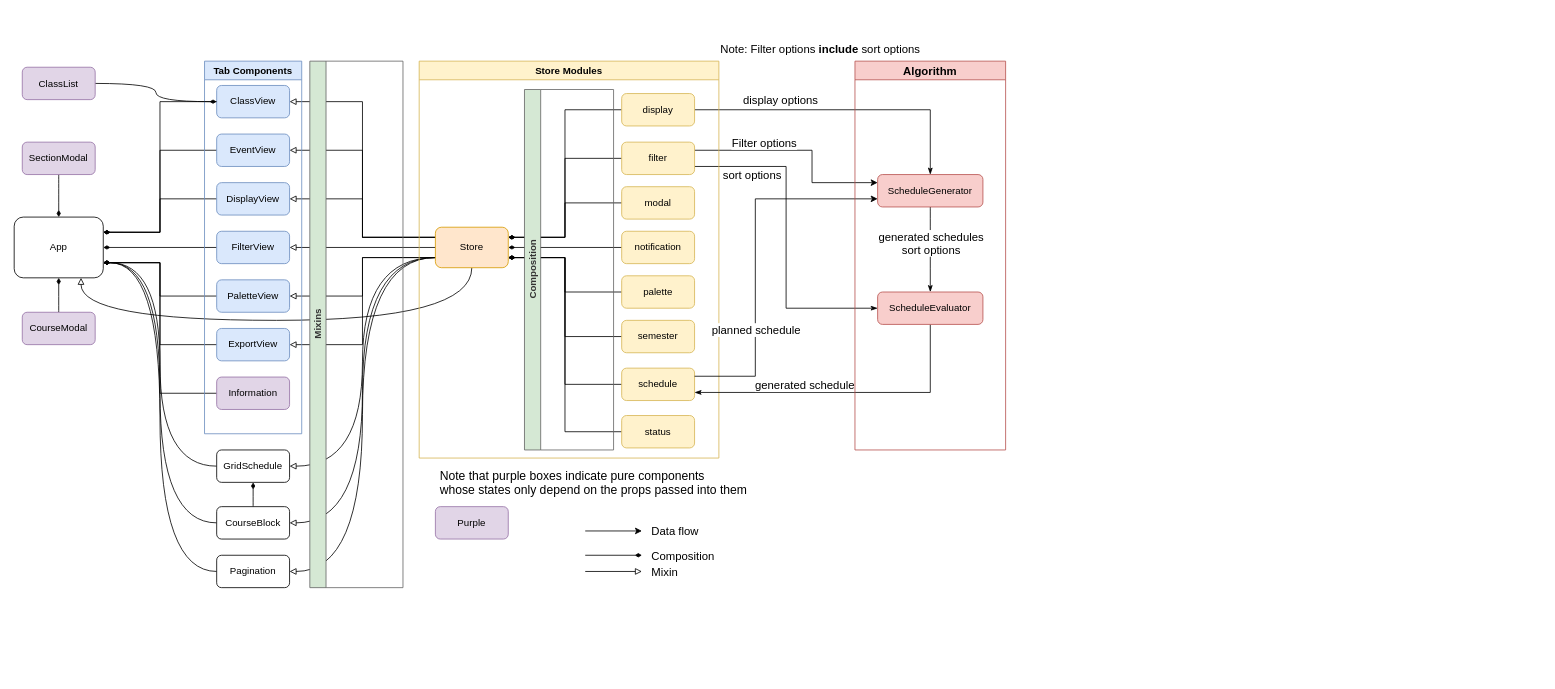
The draw.io diagram docs/Website Architecture.drawio in awesome-schedule/plannable, before the edit. Source tidied: cells renumbered, new cells numbered last; positions are measured from the earlier drawing's top-left corner, leaving out a move shared by most shapes. Both pictures are drawn from the tidied source at 81%, with x=0, y=0 at pixel (14, 40).
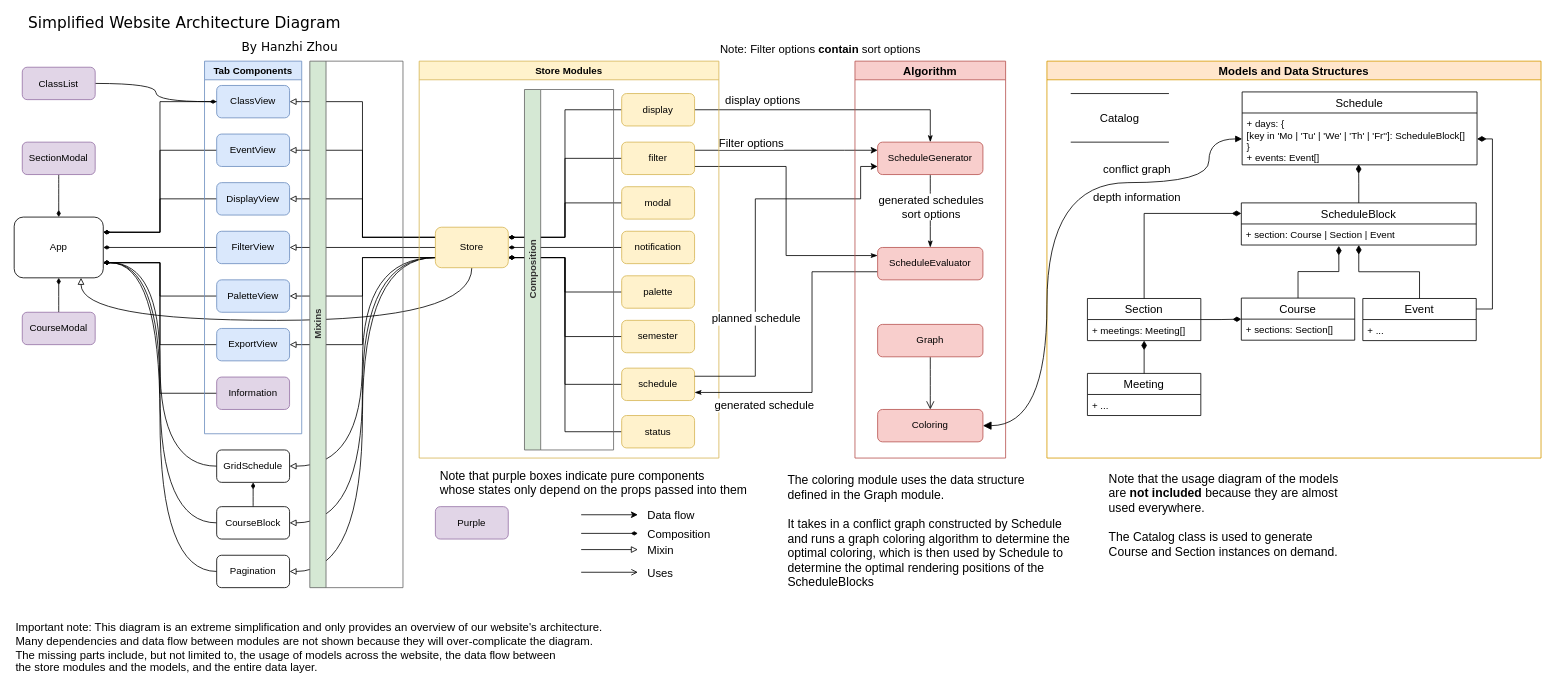
The same page after the edit.

Commit message:
finish architecture diagram

Unchanged cells that the change refers to:
```xml
<mxCell id="26" value="filter" style="rounded=1;whiteSpace=wrap;html=1;fillColor=#fff2cc;strokeColor=#d6b656;" parent="1" vertex="1">
  <mxGeometry x="750" y="125" width="90" height="40" as="geometry" />
</mxCell>
<mxCell id="51" value="schedule" style="rounded=1;whiteSpace=wrap;html=1;fillColor=#fff2cc;strokeColor=#d6b656;" parent="49" vertex="1">
  <mxGeometry x="250" y="379" width="90" height="40" as="geometry" />
</mxCell>
```

Diff of the diagram source:
```diff
@@
-    <mxCell id="20" value="Store" style="rounded=1;whiteSpace=wrap;html=1;fillColor=#ffe6cc;strokeColor=#d79b00;" parent="1" vertex="1">
+    <mxCell id="20" value="Store" style="rounded=1;whiteSpace=wrap;html=1;fillColor=#fff2cc;strokeColor=#d6b656;" parent="1" vertex="1">
       <mxGeometry x="520" y="230" width="90" height="50" as="geometry" />
     </mxCell>
@@
-    <mxCell id="22" style="edgeStyle=orthogonalEdgeStyle;rounded=0;jettySize=auto;html=1;exitX=1;exitY=0.75;exitDx=0;exitDy=0;entryX=0;entryY=0.5;entryDx=0;entryDy=0;startArrow=none;startFill=0;endArrow=classicThin;endFill=1;fontSize=14;" parent="1" edge="1" source="26" target="74">
+    <mxCell id="22" style="edgeStyle=orthogonalEdgeStyle;rounded=0;jettySize=auto;html=1;exitX=1;exitY=0.75;exitDx=0;exitDy=0;entryX=0;entryY=0.25;entryDx=0;entryDy=0;startArrow=none;startFill=0;endArrow=classicThin;endFill=1;fontSize=14;" parent="1" edge="1" source="26" target="74">
       <mxGeometry relative="1" as="geometry" />
     </mxCell>
@@
     <mxCell id="24" style="edgeStyle=orthogonalEdgeStyle;rounded=0;jettySize=auto;html=1;exitX=1;exitY=0.25;exitDx=0;exitDy=0;entryX=0;entryY=0.25;entryDx=0;entryDy=0;" parent="1" edge="1" source="26" target="71">
       <mxGeometry relative="1" as="geometry">
         <Array as="points">
-          <mxPoint x="985" y="135" />
-          <mxPoint x="985" y="175" />
+          <mxPoint x="1025" y="135" />
+          <mxPoint x="1025" y="135" />
         </Array>
       </mxGeometry>
     </mxCell>
@@
     <mxCell id="71" value="ScheduleGenerator" style="rounded=1;whiteSpace=wrap;html=1;fillColor=#f8cecc;strokeColor=#b85450;" parent="1" vertex="1">
-      <mxGeometry x="1066" y="165" width="130" height="40" as="geometry" />
+      <mxGeometry x="1066" y="125" width="130" height="40" as="geometry" />
     </mxCell>
-    <mxCell id="72" style="edgeStyle=orthogonalEdgeStyle;rounded=0;jettySize=auto;html=1;exitX=0.5;exitY=1;exitDx=0;exitDy=0;entryX=1;entryY=0.75;entryDx=0;entryDy=0;startArrow=none;startFill=0;endArrow=classicThin;endFill=1;fontSize=14;" parent="1" edge="1" source="74" target="51">
-      <mxGeometry relative="1" as="geometry" />
+    <mxCell id="72" style="edgeStyle=orthogonalEdgeStyle;rounded=0;jettySize=auto;html=1;exitX=0;exitY=0.75;exitDx=0;exitDy=0;entryX=1;entryY=0.75;entryDx=0;entryDy=0;startArrow=none;startFill=0;endArrow=classicThin;endFill=1;fontSize=14;" parent="1" edge="1" source="74" target="51">
+      <mxGeometry relative="1" as="geometry">
+        <Array as="points">
+          <mxPoint x="985" y="285" />
+          <mxPoint x="985" y="434" />
+        </Array>
+      </mxGeometry>
     </mxCell>
     <mxCell id="73" value="generated schedule" style="text;html=1;align=center;verticalAlign=middle;labelBackgroundColor=#ffffff;fontSize=14;direction=south;" parent="72" vertex="1">
       <mxGeometry x="-0.09" y="-69" relative="1" as="geometry">
-        <mxPoint x="-69" y="59" as="offset" />
+        <mxPoint x="9" y="74.5" as="offset" />
       </mxGeometry>
     </mxCell>
-    <mxCell id="74" value="ScheduleEvaluator" style="rounded=1;whiteSpace=wrap;html=1;fillColor=#f8cecc;strokeColor=#b85450;" parent="1" vertex="1">
-      <mxGeometry x="1066" y="310" width="130" height="40" as="geometry" />
-    </mxCell>
-    <mxCell id="75" value="Note: Filter options &lt;b&gt;include&lt;/b&gt; sort options" style="text;html=1;align=center;verticalAlign=middle;fillColor=none;strokeColor=none;rounded=0;shadow=0;glass=0;fontSize=14;" parent="1" vertex="1">
+    <mxCell id="75" value="Note: Filter options &lt;b&gt;contain&lt;/b&gt; sort options" style="text;html=1;align=center;verticalAlign=middle;fillColor=none;strokeColor=none;rounded=0;shadow=0;glass=0;fontSize=14;" parent="1" vertex="1">
       <mxGeometry x="865" width="260" height="20" as="geometry" />
     </mxCell>
     <mxCell id="76" style="edgeStyle=orthogonalEdgeStyle;rounded=0;jettySize=auto;html=1;exitX=1;exitY=0.25;exitDx=0;exitDy=0;entryX=0;entryY=0.75;entryDx=0;entryDy=0;" parent="1" edge="1" source="51" target="71">
       <mxGeometry relative="1" as="geometry">
         <Array as="points">
           <mxPoint x="915" y="414" />
           <mxPoint x="915" y="195" />
+          <mxPoint x="1045" y="195" />
+          <mxPoint x="1045" y="155" />
         </Array>
       </mxGeometry>
     </mxCell>
@@
     <mxCell id="78" style="edgeStyle=orthogonalEdgeStyle;rounded=0;orthogonalLoop=1;jettySize=auto;html=1;fontSize=14;" parent="1" edge="1">
       <mxGeometry relative="1" as="geometry">
-        <mxPoint x="705" y="605" as="sourcePoint" />
-        <mxPoint x="775" y="605" as="targetPoint" />
+        <mxPoint x="700" y="585" as="sourcePoint" />
+        <mxPoint x="770" y="585" as="targetPoint" />
       </mxGeometry>
     </mxCell>
     <mxCell id="79" value="Data flow" style="text;html=1;align=left;verticalAlign=top;spacingTop=-4;fontSize=14;" parent="1" vertex="1">
-      <mxGeometry x="785" y="595" width="70" height="20" as="geometry" />
+      <mxGeometry x="780" y="575" width="70" height="20" as="geometry" />
     </mxCell>
     <mxCell id="80" style="edgeStyle=orthogonalEdgeStyle;rounded=0;orthogonalLoop=1;jettySize=auto;html=1;fontSize=14;endArrow=diamondThin;endFill=1;" parent="1" edge="1">
       <mxGeometry relative="1" as="geometry">
-        <mxPoint x="705" y="635" as="sourcePoint" />
-        <mxPoint x="775" y="635" as="targetPoint" />
+        <mxPoint x="700" y="608" as="sourcePoint" />
+        <mxPoint x="770" y="608" as="targetPoint" />
       </mxGeometry>
     </mxCell>
     <mxCell id="81" value="Composition" style="text;html=1;align=left;verticalAlign=top;spacingTop=-4;fontSize=14;" parent="1" vertex="1">
-      <mxGeometry x="785" y="625" width="90" height="20" as="geometry" />
+      <mxGeometry x="780" y="598" width="90" height="20" as="geometry" />
     </mxCell>
     <mxCell id="82" style="edgeStyle=orthogonalEdgeStyle;rounded=0;orthogonalLoop=1;jettySize=auto;html=1;fontSize=14;endArrow=block;endFill=0;" parent="1" edge="1">
       <mxGeometry relative="1" as="geometry">
-        <mxPoint x="705" y="655" as="sourcePoint" />
-        <mxPoint x="775" y="655" as="targetPoint" />
+        <mxPoint x="700" y="628" as="sourcePoint" />
+        <mxPoint x="770" y="628" as="targetPoint" />
       </mxGeometry>
     </mxCell>
     <mxCell id="83" value="Mixin" style="text;html=1;align=left;verticalAlign=top;spacingTop=-4;fontSize=14;" parent="1" vertex="1">
-      <mxGeometry x="785" y="645" width="50" height="20" as="geometry" />
+      <mxGeometry x="780" y="618" width="50" height="20" as="geometry" />
     </mxCell>
     <mxCell id="84" value="Algorithm" style="swimlane;fontSize=14;fillColor=#f8cecc;strokeColor=#b85450;" parent="1" vertex="1">
-      <mxGeometry x="1038" y="25" width="186" height="480" as="geometry" />
+      <mxGeometry x="1038" y="25" width="186" height="490" as="geometry" />
     </mxCell>
+    <mxCell id="85" value="Coloring" style="rounded=1;whiteSpace=wrap;html=1;fillColor=#f8cecc;strokeColor=#b85450;" parent="84" vertex="1">
+      <mxGeometry x="28" y="430" width="130" height="40" as="geometry" />
+    </mxCell>
+    <mxCell id="74" value="ScheduleEvaluator" style="rounded=1;whiteSpace=wrap;html=1;fillColor=#f8cecc;strokeColor=#b85450;" parent="84" vertex="1">
+      <mxGeometry x="28" y="230" width="130" height="40" as="geometry" />
+    </mxCell>
+    <mxCell id="86" style="edgeStyle=orthogonalEdgeStyle;curved=1;rounded=0;jettySize=auto;html=1;endArrow=open;endFill=0;endSize=8;fontSize=14;" parent="84" edge="1" source="87" target="85">
+      <mxGeometry relative="1" as="geometry" />
+    </mxCell>
+    <mxCell id="87" value="Graph" style="rounded=1;whiteSpace=wrap;html=1;fillColor=#f8cecc;strokeColor=#b85450;" parent="84" vertex="1">
+      <mxGeometry x="28" y="325" width="130" height="40" as="geometry" />
+    </mxCell>
+    <mxCell id="88" style="edgeStyle=orthogonalEdgeStyle;rounded=0;jettySize=auto;html=1;exitX=0.5;exitY=0;exitDx=0;exitDy=0;entryX=0.415;entryY=1.039;entryDx=0;entryDy=0;entryPerimeter=0;endArrow=diamondThin;endFill=1;fontSize=14;endSize=9;" parent="1" edge="1" source="89" target="102">
+      <mxGeometry relative="1" as="geometry" />
+    </mxCell>
+    <mxCell id="89" value="Course" style="swimlane;fontStyle=0;horizontal=1;startSize=26;fillColor=none;fontSize=14;" parent="1" vertex="1">
+      <mxGeometry x="1515" y="317.5" width="140" height="52" as="geometry" />
+    </mxCell>
+    <mxCell id="90" value="+ sections: Section[] " style="text;strokeColor=none;fillColor=none;align=left;verticalAlign=top;spacingLeft=4;spacingRight=4;overflow=hidden;" parent="89" vertex="1">
+      <mxGeometry y="26" width="140" height="26" as="geometry" />
+    </mxCell>
+    <mxCell id="91" style="edgeStyle=orthogonalEdgeStyle;rounded=0;jettySize=auto;html=1;endArrow=diamondThin;endFill=1;fontSize=14;endSize=8;" parent="1" edge="1" source="93" target="89">
+      <mxGeometry relative="1" as="geometry" />
+    </mxCell>
+    <mxCell id="92" style="edgeStyle=orthogonalEdgeStyle;rounded=0;jettySize=auto;html=1;exitX=0.5;exitY=0;exitDx=0;exitDy=0;entryX=0;entryY=0.25;entryDx=0;entryDy=0;endArrow=diamondThin;endFill=1;fontSize=14;endSize=9;" parent="1" edge="1" source="93" target="101">
+      <mxGeometry relative="1" as="geometry" />
+    </mxCell>
+    <mxCell id="93" value="Section" style="swimlane;fontStyle=0;horizontal=1;startSize=26;fillColor=none;fontSize=14;" parent="1" vertex="1">
+      <mxGeometry x="1325" y="318" width="140" height="52" as="geometry" />
+    </mxCell>
+    <mxCell id="94" value="+ meetings: Meeting[] " style="text;strokeColor=none;fillColor=none;align=left;verticalAlign=top;spacingLeft=4;spacingRight=4;overflow=hidden;" parent="93" vertex="1">
+      <mxGeometry y="26" width="140" height="26" as="geometry" />
+    </mxCell>
+    <mxCell id="95" style="edgeStyle=orthogonalEdgeStyle;rounded=0;jettySize=auto;html=1;endArrow=diamondThin;endFill=1;fontSize=14;endSize=9;" parent="1" edge="1" source="96" target="93">
+      <mxGeometry relative="1" as="geometry" />
+    </mxCell>
+    <mxCell id="96" value="Meeting" style="swimlane;fontStyle=0;horizontal=1;startSize=26;fillColor=none;fontSize=14;" parent="1" vertex="1">
+      <mxGeometry x="1325" y="410.5" width="140" height="52" as="geometry" />
+    </mxCell>
+    <mxCell id="97" value="+ ... " style="text;strokeColor=none;fillColor=none;align=left;verticalAlign=top;spacingLeft=4;spacingRight=4;overflow=hidden;" parent="96" vertex="1">
+      <mxGeometry y="26" width="140" height="26" as="geometry" />
+    </mxCell>
+    <mxCell id="98" value="Schedule" style="swimlane;fontStyle=0;horizontal=1;startSize=26;fillColor=none;fontSize=14;" parent="1" vertex="1">
+      <mxGeometry x="1516" y="63" width="290" height="90" as="geometry" />
+    </mxCell>
+    <mxCell id="99" value="+ days: {&#10;[key in 'Mo | 'Tu' | 'We' | 'Th' | 'Fr'']: ScheduleBlock[]&#10;} &#10;+ events: Event[]&#10;" style="text;strokeColor=none;fillColor=none;align=left;verticalAlign=top;spacingLeft=4;spacingRight=4;overflow=hidden;points=[[0,0.5],[1,0.5]];portConstraint=eastwest;" parent="98" vertex="1">
+      <mxGeometry y="26" width="290" height="64" as="geometry" />
+    </mxCell>
+    <mxCell id="100" style="edgeStyle=orthogonalEdgeStyle;rounded=0;jettySize=auto;html=1;exitX=0.5;exitY=0;exitDx=0;exitDy=0;entryX=0.496;entryY=0.988;entryDx=0;entryDy=0;entryPerimeter=0;endArrow=diamondThin;endFill=1;fontSize=14;endSize=9;" parent="1" edge="1" source="101" target="99">
+      <mxGeometry relative="1" as="geometry" />
+    </mxCell>
+    <mxCell id="101" value="ScheduleBlock" style="swimlane;fontStyle=0;horizontal=1;startSize=26;fillColor=none;fontSize=14;" parent="1" vertex="1">
+      <mxGeometry x="1515" y="200" width="290" height="52" as="geometry" />
+    </mxCell>
+    <mxCell id="102" value="+ section: Course | Section | Event " style="text;strokeColor=none;fillColor=none;align=left;verticalAlign=top;spacingLeft=4;spacingRight=4;overflow=hidden;points=[[0,0.5],[1,0.5]];portConstraint=eastwest;" parent="101" vertex="1">
+      <mxGeometry y="26" width="290" height="26" as="geometry" />
+    </mxCell>
+    <mxCell id="103" style="edgeStyle=orthogonalEdgeStyle;rounded=0;jettySize=auto;html=1;exitX=0.5;exitY=0;exitDx=0;exitDy=0;endArrow=diamondThin;endFill=1;fontSize=14;endSize=9;" parent="1" edge="1" source="105" target="101">
+      <mxGeometry relative="1" as="geometry" />
+    </mxCell>
+    <mxCell id="104" style="edgeStyle=orthogonalEdgeStyle;rounded=0;jettySize=auto;html=1;exitX=1;exitY=0.25;exitDx=0;exitDy=0;entryX=1;entryY=0.5;entryDx=0;entryDy=0;endArrow=diamondThin;endFill=1;fontSize=14;endSize=9;" parent="1" edge="1" source="105" target="99">
+      <mxGeometry relative="1" as="geometry" />
+    </mxCell>
+    <mxCell id="105" value="Event" style="swimlane;fontStyle=0;horizontal=1;startSize=26;fillColor=none;fontSize=14;" parent="1" vertex="1">
+      <mxGeometry x="1665" y="318" width="140" height="52" as="geometry" />
+    </mxCell>
+    <mxCell id="106" value="+ ... " style="text;strokeColor=none;fillColor=none;align=left;verticalAlign=top;spacingLeft=4;spacingRight=4;overflow=hidden;" parent="105" vertex="1">
+      <mxGeometry y="26" width="140" height="26" as="geometry" />
+    </mxCell>
+    <mxCell id="107" value="Models and Data Structures" style="swimlane;fontSize=14;fillColor=#ffe6cc;strokeColor=#d79b00;" parent="1" vertex="1">
+      <mxGeometry x="1275" y="25" width="610" height="490" as="geometry" />
+    </mxCell>
+    <mxCell id="108" value="Catalog" style="shape=partialRectangle;whiteSpace=wrap;html=1;left=0;right=0;fillColor=none;fontSize=14;" parent="107" vertex="1">
+      <mxGeometry x="30" y="40" width="120" height="60" as="geometry" />
+    </mxCell>
+    <mxCell id="109" style="edgeStyle=orthogonalEdgeStyle;curved=1;rounded=0;jettySize=auto;html=1;exitX=0;exitY=0.5;exitDx=0;exitDy=0;entryX=1;entryY=0.5;entryDx=0;entryDy=0;endArrow=block;endFill=1;endSize=8;fontSize=14;startArrow=block;startFill=1;" parent="1" edge="1" source="99" target="85">
+      <mxGeometry relative="1" as="geometry">
+        <Array as="points">
+          <mxPoint x="1475" y="121" />
+          <mxPoint x="1475" y="175" />
+          <mxPoint x="1275" y="175" />
+          <mxPoint x="1275" y="475" />
+        </Array>
+      </mxGeometry>
+    </mxCell>
+    <mxCell id="110" value="conflict graph&lt;br&gt;&lt;br&gt;depth information&lt;br&gt;" style="text;html=1;align=center;verticalAlign=middle;labelBackgroundColor=none;fontSize=14;" parent="109" vertex="1">
+      <mxGeometry x="-0.29" y="8" relative="1" as="geometry">
+        <mxPoint x="54" y="-8" as="offset" />
+      </mxGeometry>
+    </mxCell>
+    <mxCell id="111" style="edgeStyle=orthogonalEdgeStyle;rounded=0;orthogonalLoop=1;jettySize=auto;html=1;fontSize=14;endArrow=open;endFill=0;" parent="1" edge="1">
+      <mxGeometry relative="1" as="geometry">
+        <mxPoint x="700" y="656" as="sourcePoint" />
+        <mxPoint x="770" y="656" as="targetPoint" />
+      </mxGeometry>
+    </mxCell>
+    <mxCell id="112" value="Uses" style="text;html=1;align=left;verticalAlign=top;spacingTop=-4;fontSize=14;" parent="1" vertex="1">
+      <mxGeometry x="780" y="646" width="50" height="20" as="geometry" />
+    </mxCell>
+    <mxCell id="113" value="&lt;div style=&quot;text-align: left ; font-size: 15px&quot;&gt;The coloring module uses the data structure&amp;nbsp;&lt;/div&gt;&lt;div style=&quot;text-align: left ; font-size: 15px&quot;&gt;defined in the Graph module.&lt;/div&gt;&lt;div style=&quot;text-align: left ; font-size: 15px&quot;&gt;&lt;br&gt;&lt;/div&gt;&lt;div style=&quot;text-align: left ; font-size: 15px&quot;&gt;It takes in a conflict graph constructed by Schedule&amp;nbsp;&lt;/div&gt;&lt;div style=&quot;text-align: left ; font-size: 15px&quot;&gt;and&amp;nbsp;&lt;span&gt;runs a graph coloring algorithm to determine the&amp;nbsp;&lt;/span&gt;&lt;/div&gt;&lt;div style=&quot;text-align: left ; font-size: 15px&quot;&gt;optimal coloring, which is then used by Schedule to&lt;/div&gt;&lt;div style=&quot;text-align: left ; font-size: 15px&quot;&gt;determine the optimal rendering positions of the&amp;nbsp;&lt;/div&gt;&lt;div style=&quot;text-align: left ; font-size: 15px&quot;&gt;ScheduleBlocks&lt;/div&gt;" style="text;html=1;align=center;verticalAlign=middle;fillColor=none;strokeColor=none;rounded=0;shadow=0;glass=0;fontSize=15;" parent="1" vertex="1">
+      <mxGeometry x="946" y="530" width="370" height="150" as="geometry" />
+    </mxCell>
+    <mxCell id="114" value="&lt;div style=&quot;text-align: left ; font-size: 15px&quot;&gt;Note that the usage diagram of the models&amp;nbsp;&lt;/div&gt;&lt;div style=&quot;text-align: left ; font-size: 15px&quot;&gt;are &lt;b&gt;not&amp;nbsp;&lt;/b&gt;&lt;b&gt;included&lt;/b&gt;&lt;span&gt; because they are almost&amp;nbsp;&lt;/span&gt;&lt;/div&gt;&lt;div style=&quot;text-align: left ; font-size: 15px&quot;&gt;&lt;span&gt;used&amp;nbsp;&lt;/span&gt;&lt;span&gt;everywhere.&lt;/span&gt;&lt;/div&gt;&lt;div style=&quot;text-align: left ; font-size: 15px&quot;&gt;&lt;br&gt;&lt;/div&gt;&lt;div style=&quot;text-align: left ; font-size: 15px&quot;&gt;The Catalog class is used to generate&amp;nbsp;&lt;/div&gt;&lt;div style=&quot;text-align: left ; font-size: 15px&quot;&gt;Course and Section instances on demand.&lt;/div&gt;" style="text;html=1;align=center;verticalAlign=middle;fillColor=none;strokeColor=none;rounded=0;shadow=0;glass=0;fontSize=15;" parent="1" vertex="1">
+      <mxGeometry x="1345" y="530" width="300" height="110" as="geometry" />
+    </mxCell>
+    <mxCell id="115" value="&lt;font face=&quot;Verdana&quot;&gt;&lt;span style=&quot;font-size: 19px&quot;&gt;Simplified Website Architecture Diagram&lt;/span&gt;&lt;/font&gt;" style="text;html=1;align=center;verticalAlign=middle;fillColor=none;strokeColor=none;rounded=0;labelBackgroundColor=none;fontSize=14;" parent="1" vertex="1">
+      <mxGeometry x="10" y="-32" width="400" height="20" as="geometry" />
+    </mxCell>
+    <mxCell id="116" value="&lt;font face=&quot;Verdana&quot; style=&quot;font-size: 15px&quot;&gt;By Hanzhi Zhou&lt;/font&gt;" style="text;html=1;align=center;verticalAlign=middle;fillColor=none;strokeColor=none;rounded=0;labelBackgroundColor=none;fontSize=14;" parent="1" vertex="1">
+      <mxGeometry x="275" y="-3.5" width="130" height="20" as="geometry" />
+    </mxCell>
+    <mxCell id="117" value="Important note: This diagram is an extreme simplification and only provides an overview of our website's architecture. &lt;br&gt;Many dependencies and data flow between modules are not shown because they will over-complicate the diagram. &lt;br&gt;The missing parts include, but not limited to, the usage of models across the website, the data flow between&lt;br&gt;the store&amp;nbsp;modules and the models, and the entire data layer.&amp;nbsp;" style="text;align=left;verticalAlign=top;spacingTop=-4;fontSize=14;labelBorderColor=none;html=1;" parent="1" vertex="1">
+      <mxGeometry y="713" width="740" height="70" as="geometry" />
+    </mxCell>
```
